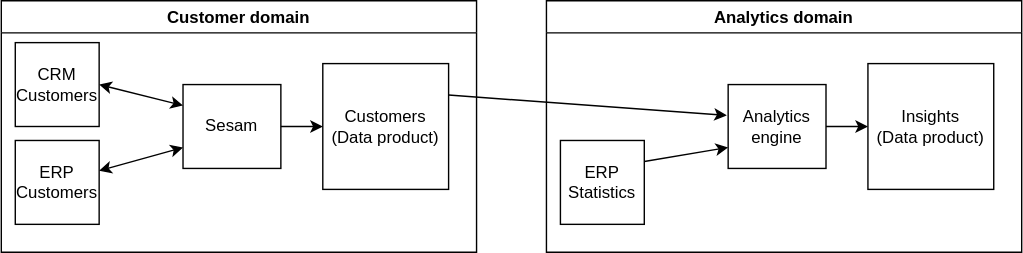
Above: images/dataproduct.svg in datanav/docs (draw.io), before the change. Source tidied: cells renumbered, new cells last; positions are measured from the earlier drawing's top-left corner, leaving out a move shared by most shapes.
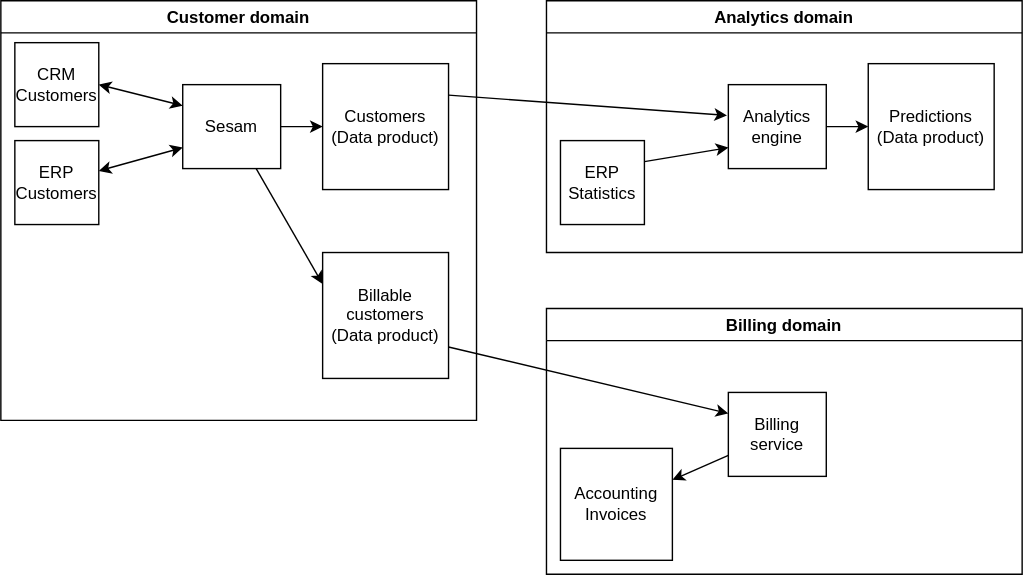
Later version of the same file.

The edit, as a diff of the source:
```diff
@@ -3,7 +3,7 @@
     <mxCell id="0" />
     <mxCell id="1" parent="0" />
     <mxCell id="2" value="Customer domain" style="swimlane;fillColor=none;" parent="1" vertex="1">
-      <mxGeometry width="340" height="180" as="geometry" />
+      <mxGeometry width="340" height="300" as="geometry" />
     </mxCell>
     <mxCell id="3" value="&lt;div&gt;CRM&lt;/div&gt;&lt;div&gt;Customers&lt;br&gt;&lt;/div&gt;" style="whiteSpace=wrap;html=1;" parent="2" vertex="1">
       <mxGeometry x="10" y="30" width="60" height="60" as="geometry" />
@@ -26,13 +26,19 @@
     <mxCell id="9" style="endArrow=classic;html=1;rounded=0;entryX=0;entryY=0.5;entryDx=0;entryDy=0;exitX=1;exitY=0.5;exitDx=0;exitDy=0;" parent="2" edge="1" source="6" target="5">
       <mxGeometry relative="1" as="geometry" />
     </mxCell>
+    <mxCell id="17" value="&lt;div&gt;Billable customers&lt;/div&gt;&lt;div&gt;(Data product)&lt;br&gt;&lt;/div&gt;" style="whiteSpace=wrap;html=1;" parent="2" vertex="1">
+      <mxGeometry x="230" y="180" width="90" height="90" as="geometry" />
+    </mxCell>
+    <mxCell id="18" style="endArrow=classic;html=1;rounded=0;exitX=0.75;exitY=1;exitDx=0;exitDy=0;entryX=0;entryY=0.25;entryDx=0;entryDy=0;" parent="2" edge="1" source="6" target="17">
+      <mxGeometry relative="1" as="geometry" />
+    </mxCell>
     <mxCell id="10" value="Analytics domain" style="swimlane;fillColor=none;" parent="1" vertex="1">
       <mxGeometry x="390" width="340" height="180" as="geometry" />
     </mxCell>
     <mxCell id="11" value="&lt;div&gt;ERP&lt;/div&gt;&lt;div&gt;Statistics&lt;br&gt;&lt;/div&gt;" style="whiteSpace=wrap;html=1;" parent="10" vertex="1">
       <mxGeometry x="10" y="100" width="60" height="60" as="geometry" />
     </mxCell>
-    <mxCell id="12" value="&lt;div&gt;Insights&lt;br&gt;&lt;/div&gt;&lt;div&gt;(Data product)&lt;br&gt;&lt;/div&gt;" style="whiteSpace=wrap;html=1;" parent="10" vertex="1">
+    <mxCell id="12" value="&lt;div&gt;Predictions&lt;br&gt;&lt;/div&gt;&lt;div&gt;(Data product)&lt;br&gt;&lt;/div&gt;" style="whiteSpace=wrap;html=1;" parent="10" vertex="1">
       <mxGeometry x="230" y="45" width="90" height="90" as="geometry" />
     </mxCell>
     <mxCell id="13" value="Analytics engine" style="rounded=0;whiteSpace=wrap;html=1;" parent="10" vertex="1">
@@ -47,5 +53,20 @@
     <mxCell id="16" style="endArrow=classic;html=1;rounded=0;entryX=-0.014;entryY=0.367;entryDx=0;entryDy=0;exitX=1;exitY=0.25;exitDx=0;exitDy=0;entryPerimeter=0;" parent="1" edge="1" source="5" target="13">
       <mxGeometry relative="1" as="geometry" />
     </mxCell>
+    <mxCell id="19" value="Billing domain" style="swimlane;fillColor=none;" parent="1" vertex="1">
+      <mxGeometry x="390" y="220" width="340" height="190" as="geometry" />
+    </mxCell>
+    <mxCell id="20" value="&lt;div&gt;Accounting&lt;/div&gt;&lt;div&gt;Invoices&lt;br&gt;&lt;/div&gt;" style="whiteSpace=wrap;html=1;" parent="19" vertex="1">
+      <mxGeometry x="10" y="100" width="80" height="80" as="geometry" />
+    </mxCell>
+    <mxCell id="21" value="Billing service" style="rounded=0;whiteSpace=wrap;html=1;" parent="19" vertex="1">
+      <mxGeometry x="130" y="60" width="70" height="60" as="geometry" />
+    </mxCell>
+    <mxCell id="22" style="endArrow=none;startArrow=classic;html=1;rounded=0;entryX=0;entryY=0.75;entryDx=0;entryDy=0;" parent="19" edge="1" source="20" target="21">
+      <mxGeometry relative="1" as="geometry" />
+    </mxCell>
+    <mxCell id="23" style="endArrow=classic;html=1;rounded=0;entryX=0;entryY=0.25;entryDx=0;entryDy=0;exitX=1;exitY=0.75;exitDx=0;exitDy=0;" parent="1" edge="1" source="17" target="21">
+      <mxGeometry relative="1" as="geometry" />
+    </mxCell>
   </root>
 </mxGraphModel>
```
